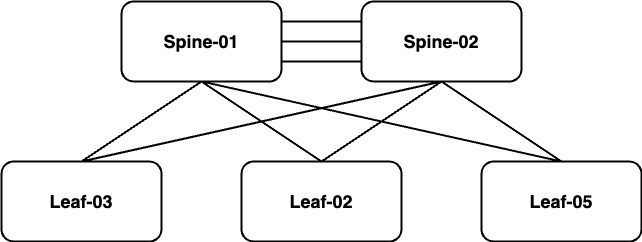
Before: static/images/L2-Spine-Leaf.drawio.png, a diagram exported from draw.io (gosse/gosse.github.io). Source tidied: cells renumbered, new cells last; positions are measured from the earlier drawing's top-left corner, leaving out a move shared by most shapes.
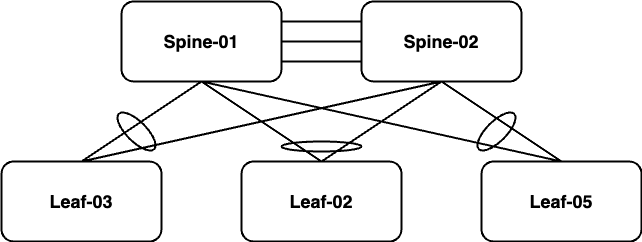
After the commit.

Commit message:
finishing touches on dell l2 leaf-spine

Diff of the diagram source:
```diff
@@ -44,5 +44,14 @@
     <mxCell id="15" style="rounded=0;jettySize=auto;html=1;exitX=0.5;exitY=1;exitDx=0;exitDy=0;entryX=0.5;entryY=0;entryDx=0;entryDy=0;fontSize=14;endArrow=none;endFill=0;strokeWidth=2;" parent="1" edge="1" source="4" target="7">
       <mxGeometry relative="1" as="geometry" />
     </mxCell>
+    <mxCell id="16" style="ellipse;whiteSpace=wrap;html=1;fillColor=none;rotation=45;strokeWidth=2;" parent="1" vertex="1">
+      <mxGeometry x="110" y="120" width="50" height="20" as="geometry" />
+    </mxCell>
+    <mxCell id="17" style="ellipse;whiteSpace=wrap;html=1;fillColor=none;rotation=-45;strokeWidth=2;" parent="1" vertex="1">
+      <mxGeometry x="470" y="120" width="50" height="20" as="geometry" />
+    </mxCell>
+    <mxCell id="18" style="ellipse;whiteSpace=wrap;html=1;fillColor=none;rotation=0;strokeWidth=2;" parent="1" vertex="1">
+      <mxGeometry x="280" y="140" width="80" height="10" as="geometry" />
+    </mxCell>
   </root>
 </mxGraphModel>
```
